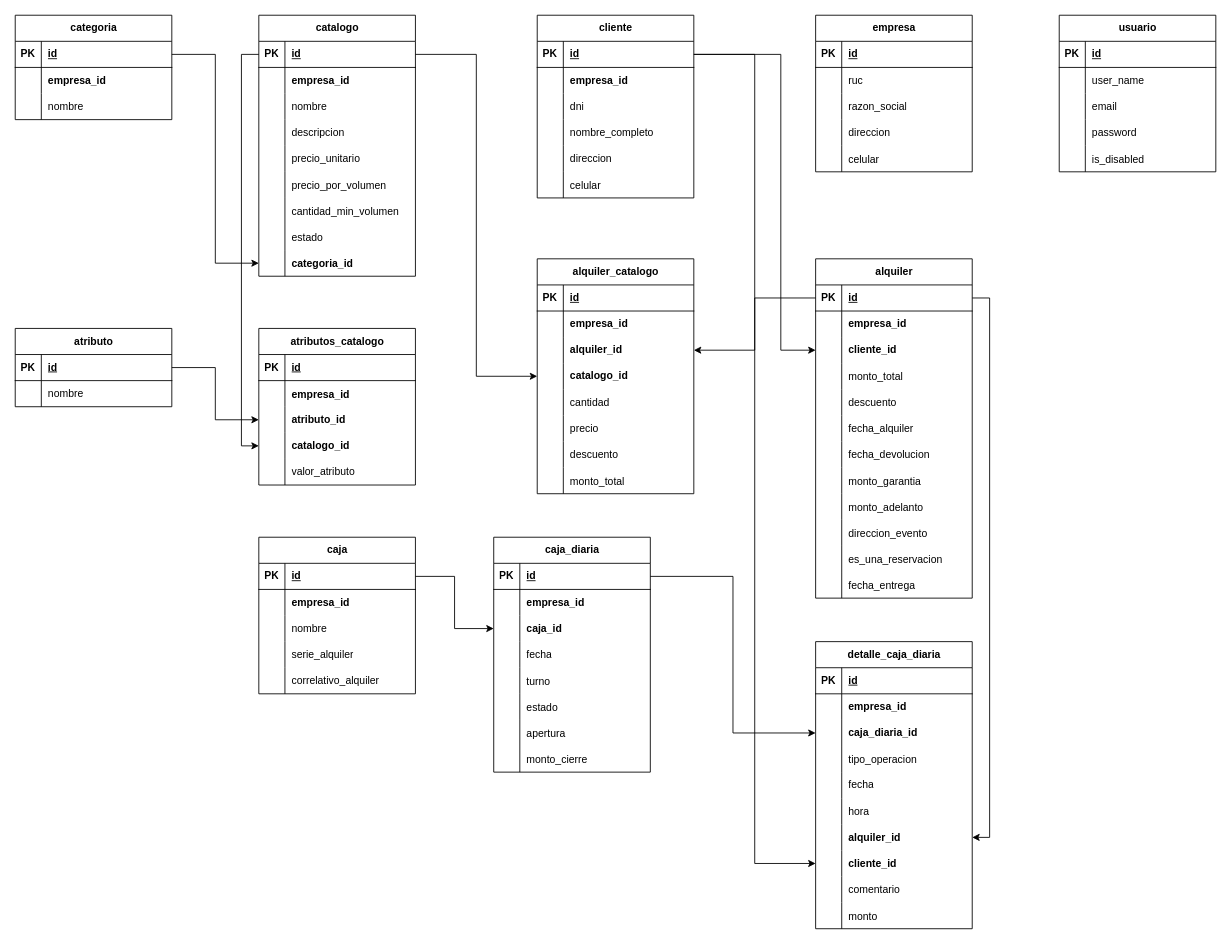
Earlier version of the draw.io diagram base_de_datos.drawio (Yemer-Ramos-Ccorimanya/syscomweb). Source tidied: cells renumbered, new cells numbered last; positions are measured from the earlier drawing's top-left corner, leaving out a move shared by most shapes. Both pictures are drawn from the tidied source at 87%, with x=0, y=0 at pixel (15, 15).
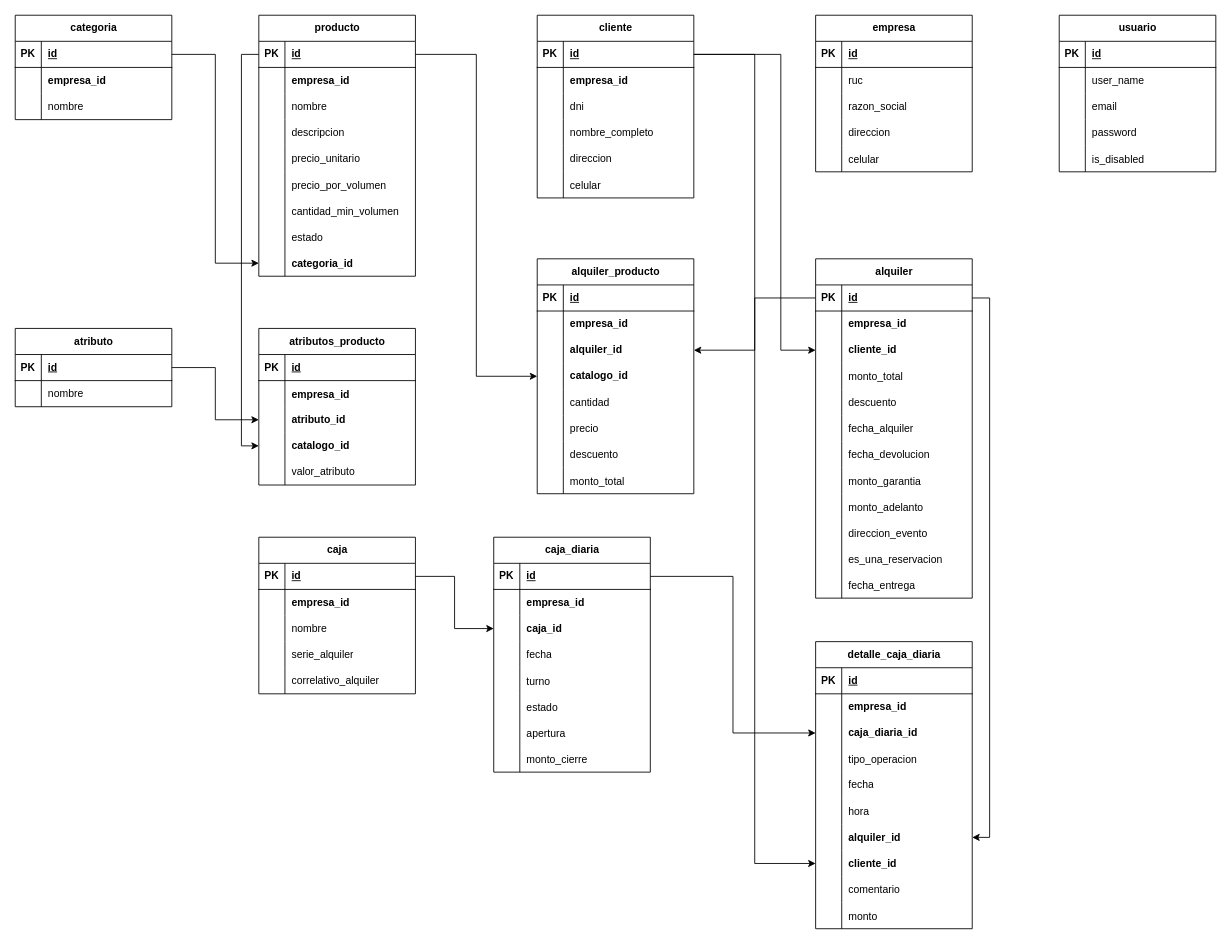
The same diagram, later.

Diff of the diagram source:
```diff
@@
-    <mxCell id="19" value="catalogo" style="shape=table;startSize=30;childLayout=tableLayout;rowLines=0;fontStyle=1;align=center;html=1;" parent="1" vertex="1">
+    <mxCell id="19" value="producto" style="shape=table;startSize=30;childLayout=tableLayout;rowLines=0;fontStyle=1;align=center;html=1;" parent="1" vertex="1">
       <mxGeometry x="280" width="180" height="300" as="geometry" />
     </mxCell>
@@
-    <mxCell id="48" value="atributos_catalogo" style="shape=table;startSize=30;childLayout=tableLayout;rowLines=0;fontStyle=1;align=center;html=1;" parent="1" vertex="1">
+    <mxCell id="48" value="atributos_producto" style="shape=table;startSize=30;childLayout=tableLayout;rowLines=0;fontStyle=1;align=center;html=1;" parent="1" vertex="1">
       <mxGeometry x="280" y="360" width="180" height="180" as="geometry" />
     </mxCell>
@@
-    <mxCell id="122" value="alquiler_catalogo" style="shape=table;startSize=30;childLayout=tableLayout;rowLines=0;fontStyle=1;align=center;html=1;" parent="1" vertex="1">
+    <mxCell id="122" value="alquiler_producto" style="shape=table;startSize=30;childLayout=tableLayout;rowLines=0;fontStyle=1;align=center;html=1;" parent="1" vertex="1">
       <mxGeometry x="600" y="280" width="180" height="270" as="geometry" />
     </mxCell>
```
